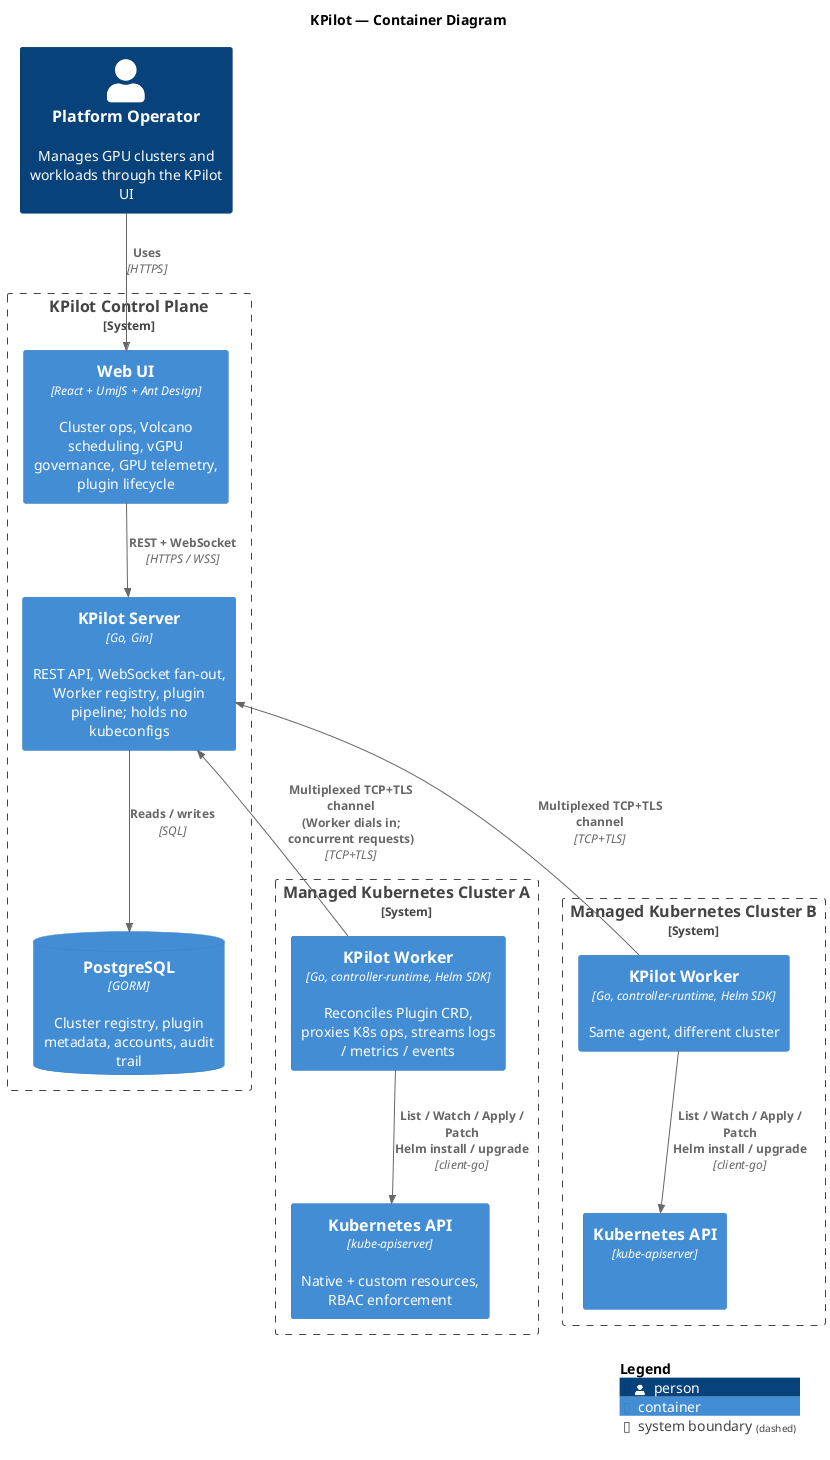
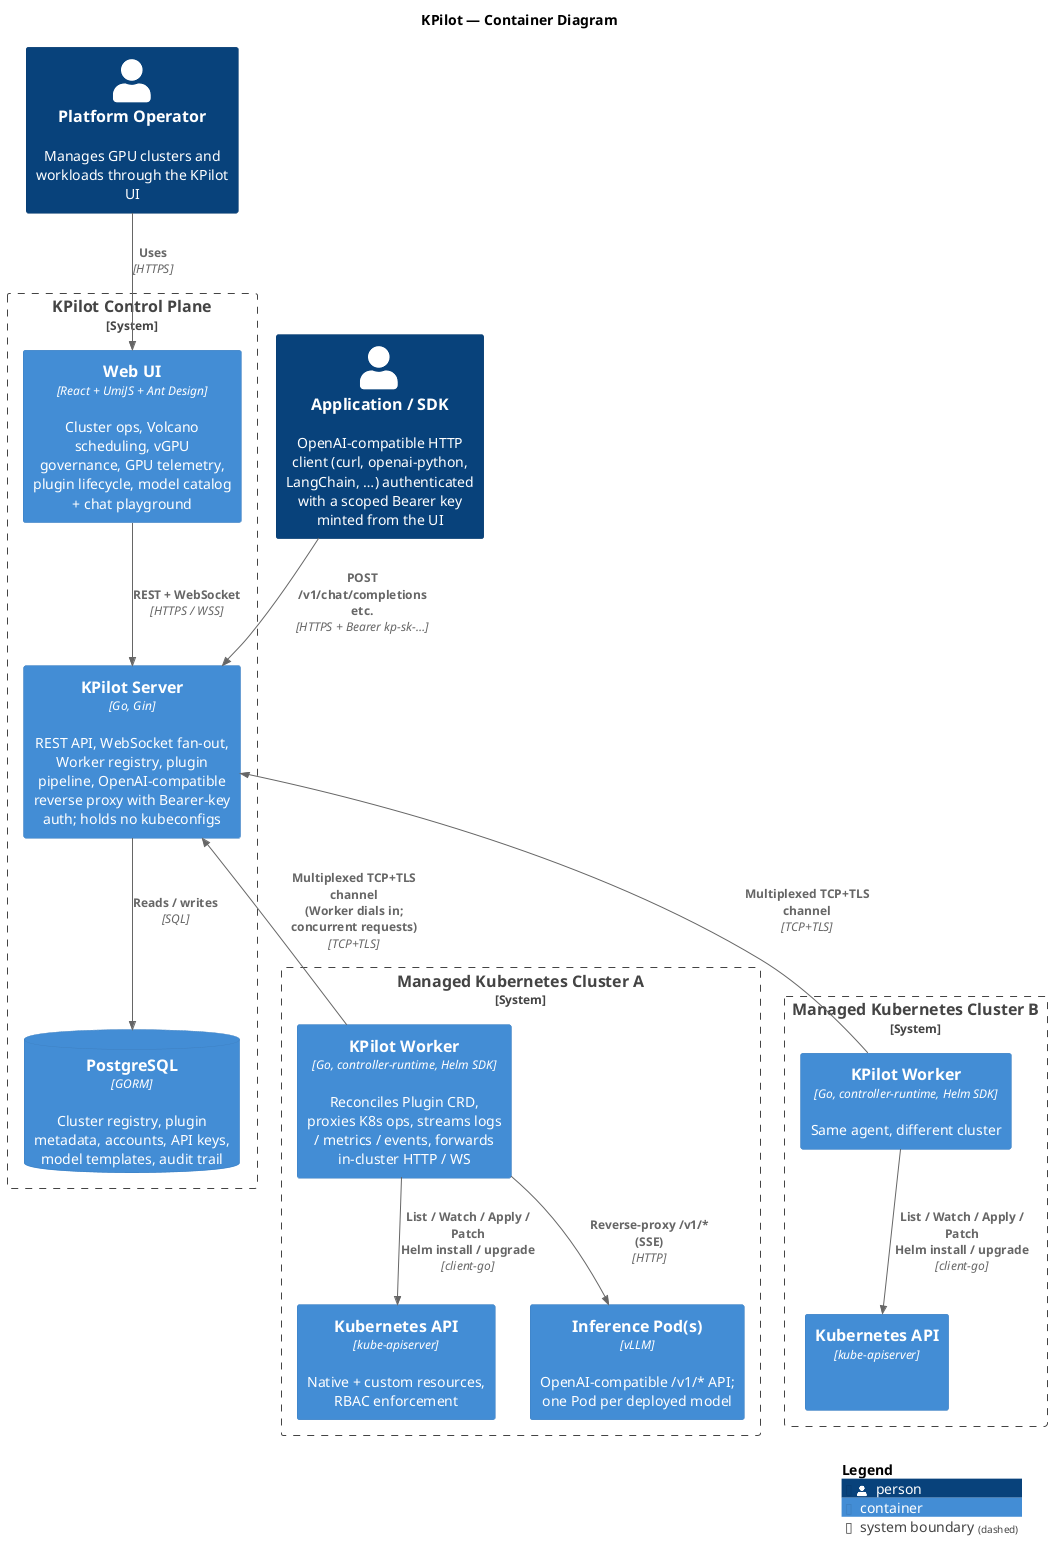
@startuml
!include <C4/C4_Container>

LAYOUT_WITH_LEGEND()
title KPilot — Container Diagram

Person(operator, "Platform Operator", "Manages GPU clusters and workloads through the KPilot UI")
+ Person(app, "Application / SDK", "OpenAI-compatible HTTP client (curl, openai-python, LangChain, …) authenticated with a scoped Bearer key minted from the UI")

System_Boundary(kpilot, "KPilot Control Plane") {
-     Container(ui, "Web UI", "React + UmiJS + Ant Design", "Cluster ops, Volcano scheduling, vGPU governance, GPU telemetry, plugin lifecycle")
-     Container(server, "KPilot Server", "Go, Gin", "REST API, WebSocket fan-out, Worker registry, plugin pipeline; holds no kubeconfigs")
-     ContainerDb(db, "PostgreSQL", "GORM", "Cluster registry, plugin metadata, accounts, audit trail")
+     Container(ui, "Web UI", "React + UmiJS + Ant Design", "Cluster ops, Volcano scheduling, vGPU governance, GPU telemetry, plugin lifecycle, model catalog + chat playground")
+     Container(server, "KPilot Server", "Go, Gin", "REST API, WebSocket fan-out, Worker registry, plugin pipeline, OpenAI-compatible reverse proxy with Bearer-key auth; holds no kubeconfigs")
+     ContainerDb(db, "PostgreSQL", "GORM", "Cluster registry, plugin metadata, accounts, API keys, model templates, audit trail")
}

System_Boundary(cluster_a, "Managed Kubernetes Cluster A") {
-     Container(worker_a, "KPilot Worker", "Go, controller-runtime, Helm SDK", "Reconciles Plugin CRD, proxies K8s ops, streams logs / metrics / events")
+     Container(worker_a, "KPilot Worker", "Go, controller-runtime, Helm SDK", "Reconciles Plugin CRD, proxies K8s ops, streams logs / metrics / events, forwards in-cluster HTTP / WS")
    Container(k8s_a, "Kubernetes API", "kube-apiserver", "Native + custom resources, RBAC enforcement")
+     Container(vllm_a, "Inference Pod(s)", "vLLM", "OpenAI-compatible /v1/* API; one Pod per deployed model")
}

System_Boundary(cluster_b, "Managed Kubernetes Cluster B") {
    Container(worker_b, "KPilot Worker", "Go, controller-runtime, Helm SDK", "Same agent, different cluster")
    Container(k8s_b, "Kubernetes API", "kube-apiserver", " ")
}

Rel(operator, ui, "Uses", "HTTPS")
+ Rel(app, server, "POST /v1/chat/completions etc.", "HTTPS + Bearer kp-sk-…")
Rel(ui, server, "REST + WebSocket", "HTTPS / WSS")
Rel(server, db, "Reads / writes", "SQL")

Rel_U(worker_a, server, "Multiplexed TCP+TLS channel\n(Worker dials in; concurrent requests)", "TCP+TLS")
Rel_U(worker_b, server, "Multiplexed TCP+TLS channel", "TCP+TLS")

Rel(worker_a, k8s_a, "List / Watch / Apply / Patch\nHelm install / upgrade", "client-go")
Rel(worker_b, k8s_b, "List / Watch / Apply / Patch\nHelm install / upgrade", "client-go")
+ Rel(worker_a, vllm_a, "Reverse-proxy /v1/* (SSE)", "HTTP")

SHOW_LEGEND()
@enduml
